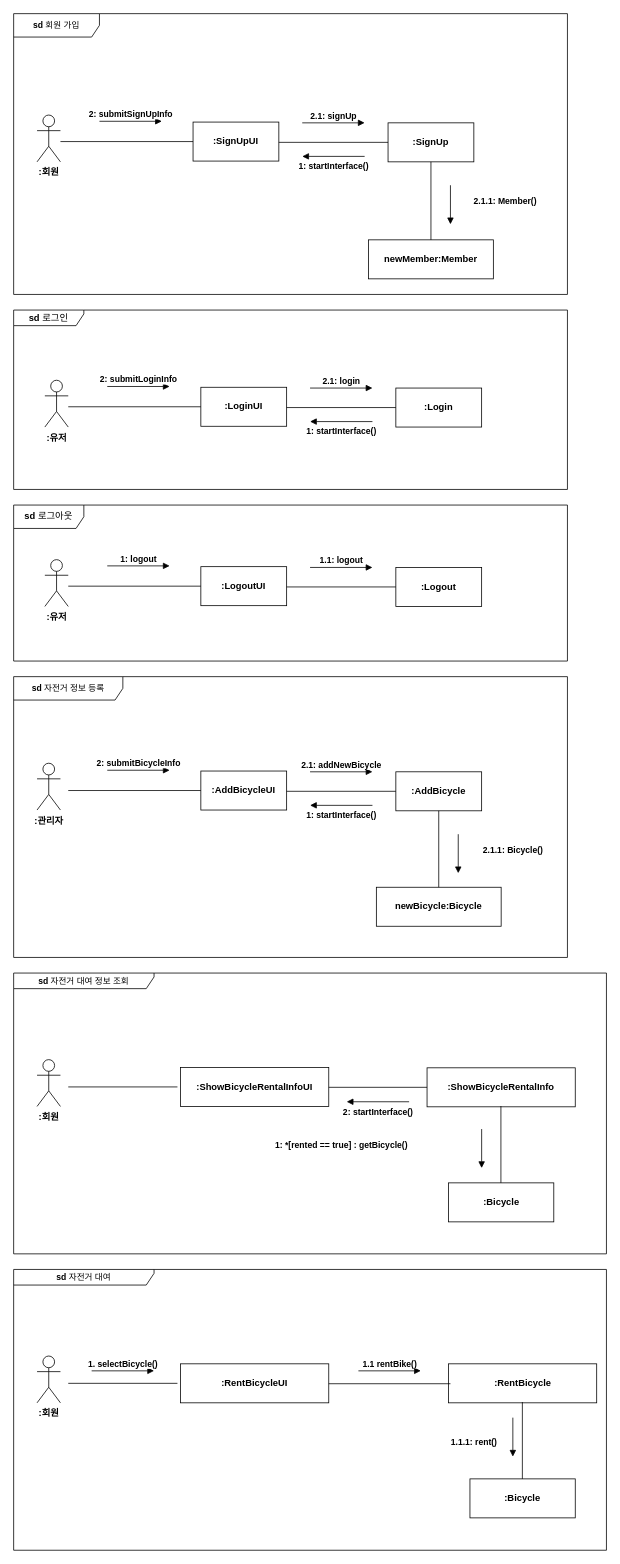
Above: HW2-1/communication diagram.drawio in hoyun06/2025-hongik-se-hw-2 (draw.io), before the change. Source tidied: cells renumbered, new cells numbered last; positions are measured from the earlier drawing's top-left corner, leaving out a move shared by most shapes. Both pictures are drawn from the tidied source at 78%, with x=0, y=0 at pixel (13, 13).
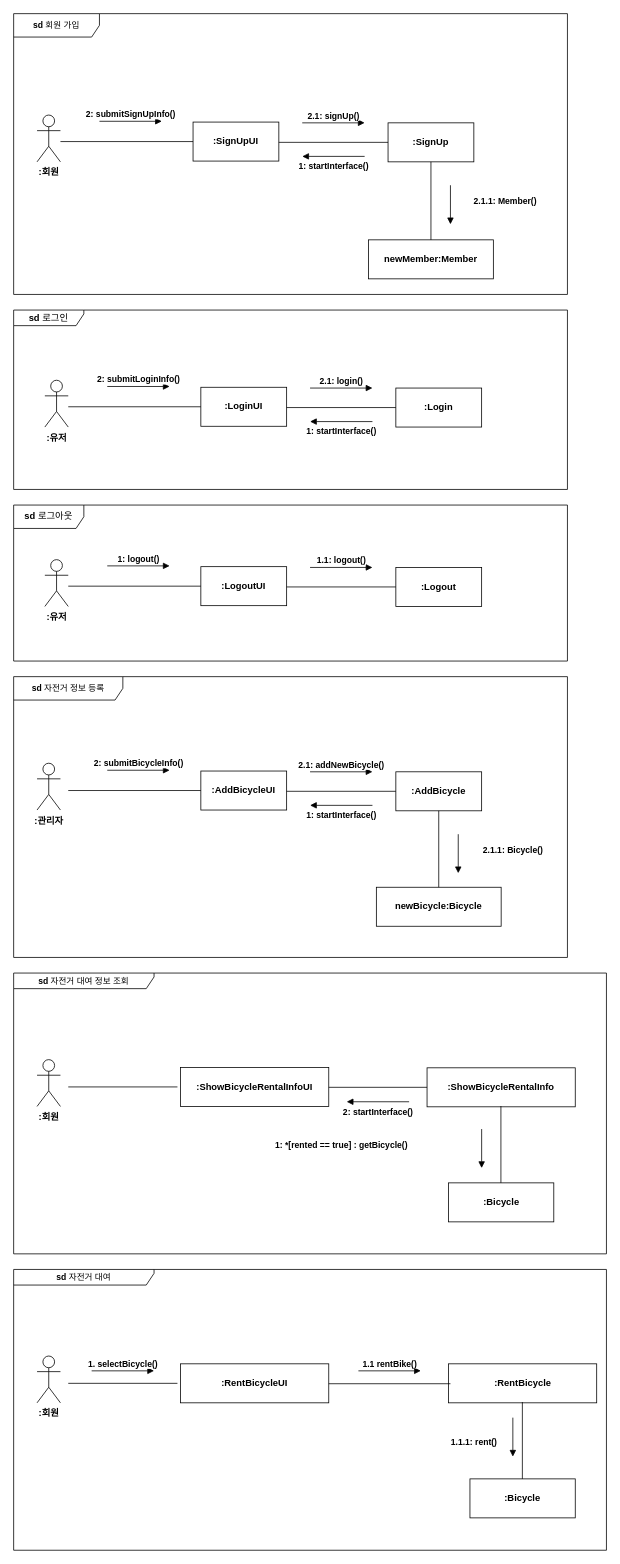
After the change.

Commit message:
[HW2-1] communication diagram 수정

The edit, as a diff of the source:
```diff
@@
-    <mxCell id="9" value="&lt;b&gt;2: submitSignUpInfo&lt;/b&gt;" style="html=1;verticalAlign=bottom;endArrow=block;curved=0;rounded=0;" parent="1" edge="1">
+    <mxCell id="9" value="&lt;b&gt;2: submitSignUpInfo()&lt;/b&gt;" style="html=1;verticalAlign=bottom;endArrow=block;curved=0;rounded=0;" parent="1" edge="1">
       <mxGeometry relative="1" as="geometry">
         <mxPoint x="110" y="138" as="sourcePoint" />
         <mxPoint x="190" y="138" as="targetPoint" />
       </mxGeometry>
     </mxCell>
-    <mxCell id="10" value="&lt;b&gt;2.1: signUp&lt;/b&gt;" style="html=1;verticalAlign=bottom;endArrow=block;curved=0;rounded=0;" parent="1" edge="1">
+    <mxCell id="10" value="&lt;b&gt;2.1: signUp()&lt;/b&gt;" style="html=1;verticalAlign=bottom;endArrow=block;curved=0;rounded=0;" parent="1" edge="1">
       <mxGeometry relative="1" as="geometry">
         <mxPoint x="370" y="140" as="sourcePoint" />
         <mxPoint x="450" y="140" as="targetPoint" />
       </mxGeometry>
     </mxCell>
@@
-    <mxCell id="21" value="&lt;b&gt;2: submitLoginInfo&lt;/b&gt;" style="html=1;verticalAlign=bottom;endArrow=block;curved=0;rounded=0;" parent="1" edge="1">
+    <mxCell id="21" value="&lt;b&gt;2: submitLoginInfo()&lt;/b&gt;" style="html=1;verticalAlign=bottom;endArrow=block;curved=0;rounded=0;" parent="1" edge="1">
       <mxGeometry relative="1" as="geometry">
         <mxPoint x="120" y="478" as="sourcePoint" />
         <mxPoint x="200" y="478" as="targetPoint" />
       </mxGeometry>
     </mxCell>
-    <mxCell id="22" value="&lt;b&gt;2.1: login&lt;/b&gt;" style="html=1;verticalAlign=bottom;endArrow=block;curved=0;rounded=0;" parent="1" edge="1">
+    <mxCell id="22" value="&lt;b&gt;2.1: login()&lt;/b&gt;" style="html=1;verticalAlign=bottom;endArrow=block;curved=0;rounded=0;" parent="1" edge="1">
       <mxGeometry relative="1" as="geometry">
         <mxPoint x="380" y="480" as="sourcePoint" />
         <mxPoint x="460" y="480" as="targetPoint" />
       </mxGeometry>
     </mxCell>
@@
-    <mxCell id="28" value="&lt;b&gt;1: logout&lt;/b&gt;" style="html=1;verticalAlign=bottom;endArrow=block;curved=0;rounded=0;" parent="1" edge="1">
+    <mxCell id="28" value="&lt;b&gt;1: logout()&lt;/b&gt;" style="html=1;verticalAlign=bottom;endArrow=block;curved=0;rounded=0;" parent="1" edge="1">
       <mxGeometry relative="1" as="geometry">
         <mxPoint x="120" y="708" as="sourcePoint" />
         <mxPoint x="200" y="708" as="targetPoint" />
       </mxGeometry>
     </mxCell>
-    <mxCell id="29" value="&lt;b&gt;1.1: logout&lt;/b&gt;" style="html=1;verticalAlign=bottom;endArrow=block;curved=0;rounded=0;" parent="1" edge="1">
+    <mxCell id="29" value="&lt;b&gt;1.1: logout()&lt;/b&gt;" style="html=1;verticalAlign=bottom;endArrow=block;curved=0;rounded=0;" parent="1" edge="1">
       <mxGeometry relative="1" as="geometry">
         <mxPoint x="380" y="710" as="sourcePoint" />
         <mxPoint x="460" y="710" as="targetPoint" />
       </mxGeometry>
     </mxCell>
@@
-    <mxCell id="37" value="&lt;b&gt;2: submitBicycleInfo&lt;/b&gt;" style="html=1;verticalAlign=bottom;endArrow=block;curved=0;rounded=0;" parent="1" edge="1">
+    <mxCell id="37" value="&lt;b&gt;2: submitBicycleInfo()&lt;/b&gt;" style="html=1;verticalAlign=bottom;endArrow=block;curved=0;rounded=0;" parent="1" edge="1">
       <mxGeometry relative="1" as="geometry">
         <mxPoint x="120" y="970" as="sourcePoint" />
         <mxPoint x="200" y="970" as="targetPoint" />
       </mxGeometry>
     </mxCell>
-    <mxCell id="38" value="&lt;b&gt;2.1: addNewBicycle&lt;/b&gt;" style="html=1;verticalAlign=bottom;endArrow=block;curved=0;rounded=0;" parent="1" edge="1">
+    <mxCell id="38" value="&lt;b&gt;2.1: addNewBicycle()&lt;/b&gt;" style="html=1;verticalAlign=bottom;endArrow=block;curved=0;rounded=0;" parent="1" edge="1">
       <mxGeometry relative="1" as="geometry">
         <mxPoint x="380" y="972" as="sourcePoint" />
         <mxPoint x="460" y="972" as="targetPoint" />
       </mxGeometry>
     </mxCell>
```
